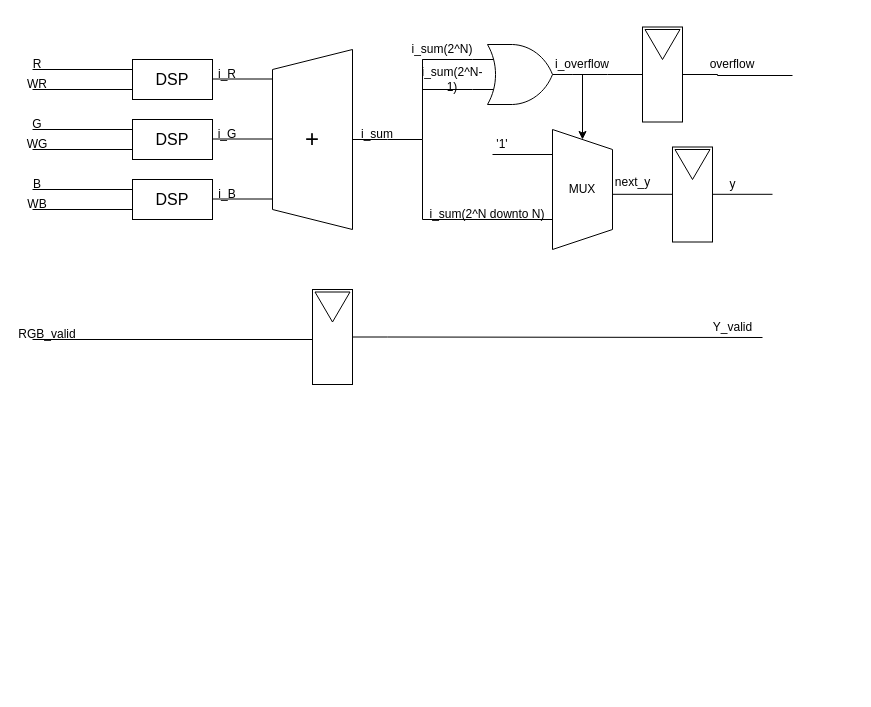
The draw.io diagram Oblig9/IN3160-oblig9-datapath.drawio in jrundht/IN3160, before the edit. Source tidied: cells renumbered, new cells numbered last; positions are measured from the earlier drawing's top-left corner, leaving out a move shared by most shapes. Both pictures are drawn from the tidied source at 100%, with x=0, y=0 at pixel (32, 17).
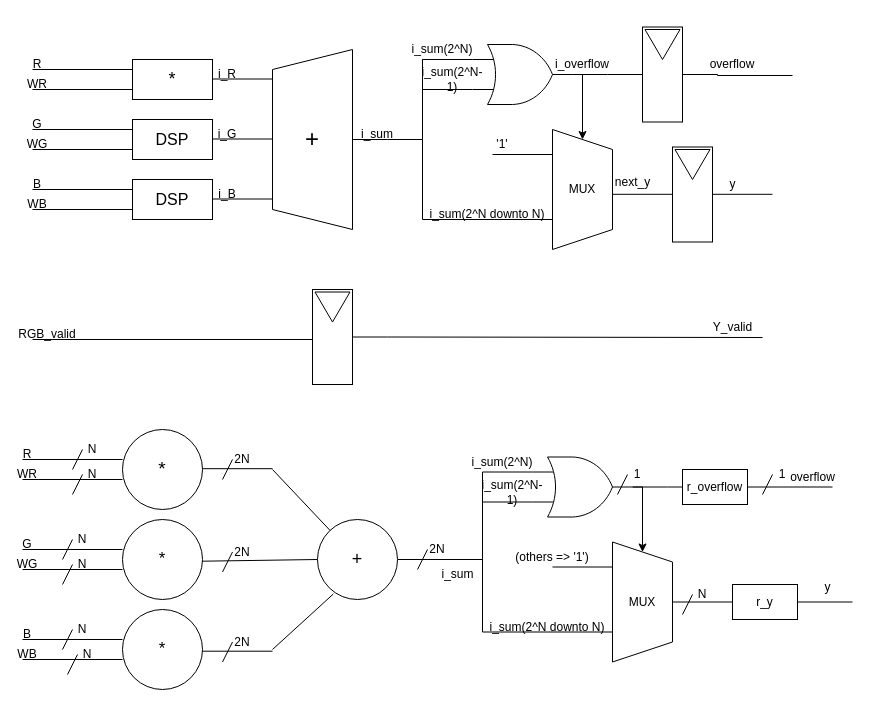
The same page after the edit.

What changed in the source:
```diff
@@
-    <mxCell id="4" value="&lt;font style=&quot;font-size: 16px;&quot;&gt;DSP&lt;/font&gt;" style="rounded=0;whiteSpace=wrap;html=1;" parent="1" vertex="1">
+    <mxCell id="4" value="&lt;font style=&quot;font-size: 18px;&quot;&gt;*&lt;/font&gt;" style="rounded=0;whiteSpace=wrap;html=1;" parent="1" vertex="1">
       <mxGeometry x="100" y="42" width="80" height="40" as="geometry" />
     </mxCell>
@@
+    <mxCell id="63" style="endArrow=none;html=1;rounded=0;" parent="1" edge="1">
+      <mxGeometry relative="1" as="geometry">
+        <mxPoint x="-10" y="442" as="sourcePoint" />
+        <mxPoint x="90" y="442" as="targetPoint" />
+      </mxGeometry>
+    </mxCell>
+    <mxCell id="64" style="endArrow=none;html=1;rounded=0;" parent="1" edge="1">
+      <mxGeometry relative="1" as="geometry">
+        <mxPoint x="-10" y="462" as="sourcePoint" />
+        <mxPoint x="90" y="462" as="targetPoint" />
+      </mxGeometry>
+    </mxCell>
+    <mxCell id="65" style="endArrow=none;html=1;rounded=0;" parent="1" edge="1">
+      <mxGeometry relative="1" as="geometry">
+        <mxPoint x="-10" y="532" as="sourcePoint" />
+        <mxPoint x="90" y="532" as="targetPoint" />
+      </mxGeometry>
+    </mxCell>
+    <mxCell id="66" style="endArrow=none;html=1;rounded=0;" parent="1" edge="1">
+      <mxGeometry relative="1" as="geometry">
+        <mxPoint x="-10" y="552" as="sourcePoint" />
+        <mxPoint x="90" y="552" as="targetPoint" />
+      </mxGeometry>
+    </mxCell>
+    <mxCell id="67" style="endArrow=none;html=1;rounded=0;" parent="1" edge="1">
+      <mxGeometry relative="1" as="geometry">
+        <mxPoint x="-10" y="622" as="sourcePoint" />
+        <mxPoint x="90" y="622" as="targetPoint" />
+      </mxGeometry>
+    </mxCell>
+    <mxCell id="68" style="endArrow=none;html=1;rounded=0;" parent="1" edge="1">
+      <mxGeometry relative="1" as="geometry">
+        <mxPoint x="-10" y="642" as="sourcePoint" />
+        <mxPoint x="90" y="642" as="targetPoint" />
+      </mxGeometry>
+    </mxCell>
+    <mxCell id="69" value="R" style="text;html=1;align=center;verticalAlign=middle;whiteSpace=wrap;rounded=0;" parent="1" vertex="1">
+      <mxGeometry x="-10" y="432" width="10" height="10" as="geometry" />
+    </mxCell>
+    <mxCell id="70" value="G" style="text;html=1;align=center;verticalAlign=middle;whiteSpace=wrap;rounded=0;" parent="1" vertex="1">
+      <mxGeometry x="-10" y="522" width="10" height="10" as="geometry" />
+    </mxCell>
+    <mxCell id="71" value="WR" style="text;html=1;align=center;verticalAlign=middle;whiteSpace=wrap;rounded=0;" parent="1" vertex="1">
+      <mxGeometry x="-10" y="452" width="10" height="10" as="geometry" />
+    </mxCell>
+    <mxCell id="72" value="WG" style="text;html=1;align=center;verticalAlign=middle;whiteSpace=wrap;rounded=0;" parent="1" vertex="1">
+      <mxGeometry x="-10" y="542" width="10" height="10" as="geometry" />
+    </mxCell>
+    <mxCell id="73" value="&lt;div&gt;B&lt;/div&gt;" style="text;html=1;align=center;verticalAlign=middle;whiteSpace=wrap;rounded=0;" parent="1" vertex="1">
+      <mxGeometry x="-10" y="612" width="10" height="10" as="geometry" />
+    </mxCell>
+    <mxCell id="74" value="WB" style="text;html=1;align=center;verticalAlign=middle;whiteSpace=wrap;rounded=0;" parent="1" vertex="1">
+      <mxGeometry x="-10" y="632" width="10" height="10" as="geometry" />
+    </mxCell>
+    <mxCell id="75" value="&lt;font style=&quot;font-size: 19px;&quot;&gt;*&lt;/font&gt;" style="ellipse;whiteSpace=wrap;html=1;" parent="1" vertex="1">
+      <mxGeometry x="90" y="412" width="80" height="80" as="geometry" />
+    </mxCell>
+    <mxCell id="76" value="&lt;font style=&quot;font-size: 17px;&quot;&gt;*&lt;/font&gt;" style="ellipse;whiteSpace=wrap;html=1;" parent="1" vertex="1">
+      <mxGeometry x="90" y="502" width="80" height="80" as="geometry" />
+    </mxCell>
+    <mxCell id="77" value="&lt;font style=&quot;font-size: 17px;&quot;&gt;*&lt;/font&gt;" style="ellipse;whiteSpace=wrap;html=1;" parent="1" vertex="1">
+      <mxGeometry x="90" y="592" width="80" height="80" as="geometry" />
+    </mxCell>
+    <mxCell id="78" style="endArrow=none;html=1;rounded=0;" parent="1" edge="1">
+      <mxGeometry relative="1" as="geometry">
+        <mxPoint x="40" y="452" as="sourcePoint" />
+        <mxPoint x="50" y="432" as="targetPoint" />
+      </mxGeometry>
+    </mxCell>
+    <mxCell id="79" value="N" style="text;html=1;align=center;verticalAlign=middle;whiteSpace=wrap;rounded=0;" parent="1" vertex="1">
+      <mxGeometry x="50" y="427" width="20" height="10" as="geometry" />
+    </mxCell>
+    <mxCell id="80" style="endArrow=none;html=1;rounded=0;" parent="1" edge="1">
+      <mxGeometry relative="1" as="geometry">
+        <mxPoint x="40" y="477" as="sourcePoint" />
+        <mxPoint x="50" y="457" as="targetPoint" />
+      </mxGeometry>
+    </mxCell>
+    <mxCell id="81" value="N" style="text;html=1;align=center;verticalAlign=middle;whiteSpace=wrap;rounded=0;" parent="1" vertex="1">
+      <mxGeometry x="50" y="452" width="20" height="10" as="geometry" />
+    </mxCell>
+    <mxCell id="82" style="endArrow=none;html=1;rounded=0;" parent="1" edge="1">
+      <mxGeometry relative="1" as="geometry">
+        <mxPoint x="30" y="542" as="sourcePoint" />
+        <mxPoint x="40" y="522" as="targetPoint" />
+      </mxGeometry>
+    </mxCell>
+    <mxCell id="83" value="N" style="text;html=1;align=center;verticalAlign=middle;whiteSpace=wrap;rounded=0;" parent="1" vertex="1">
+      <mxGeometry x="40" y="517" width="20" height="10" as="geometry" />
+    </mxCell>
+    <mxCell id="84" style="endArrow=none;html=1;rounded=0;" parent="1" edge="1">
+      <mxGeometry relative="1" as="geometry">
+        <mxPoint x="30" y="567" as="sourcePoint" />
+        <mxPoint x="40" y="547" as="targetPoint" />
+      </mxGeometry>
+    </mxCell>
+    <mxCell id="85" value="N" style="text;html=1;align=center;verticalAlign=middle;whiteSpace=wrap;rounded=0;" parent="1" vertex="1">
+      <mxGeometry x="40" y="542" width="20" height="10" as="geometry" />
+    </mxCell>
+    <mxCell id="86" style="endArrow=none;html=1;rounded=0;" parent="1" edge="1">
+      <mxGeometry relative="1" as="geometry">
+        <mxPoint x="30" y="632" as="sourcePoint" />
+        <mxPoint x="40" y="612" as="targetPoint" />
+      </mxGeometry>
+    </mxCell>
+    <mxCell id="87" value="N" style="text;html=1;align=center;verticalAlign=middle;whiteSpace=wrap;rounded=0;" parent="1" vertex="1">
+      <mxGeometry x="40" y="607" width="20" height="10" as="geometry" />
+    </mxCell>
+    <mxCell id="88" style="endArrow=none;html=1;rounded=0;" parent="1" edge="1">
+      <mxGeometry relative="1" as="geometry">
+        <mxPoint x="35" y="657" as="sourcePoint" />
+        <mxPoint x="45" y="637" as="targetPoint" />
+      </mxGeometry>
+    </mxCell>
+    <mxCell id="89" value="N" style="text;html=1;align=center;verticalAlign=middle;whiteSpace=wrap;rounded=0;" parent="1" vertex="1">
+      <mxGeometry x="45" y="632" width="20" height="10" as="geometry" />
+    </mxCell>
+    <mxCell id="90" style="endArrow=none;html=1;rounded=0;" parent="1" edge="1">
+      <mxGeometry relative="1" as="geometry">
+        <mxPoint x="170" y="451.2" as="sourcePoint" />
+        <mxPoint x="240" y="451.2" as="targetPoint" />
+      </mxGeometry>
+    </mxCell>
+    <mxCell id="91" style="endArrow=none;html=1;rounded=0;" parent="1" edge="1">
+      <mxGeometry relative="1" as="geometry">
+        <mxPoint x="190" y="462" as="sourcePoint" />
+        <mxPoint x="200" y="442" as="targetPoint" />
+      </mxGeometry>
+    </mxCell>
+    <mxCell id="92" value="2N" style="text;html=1;align=center;verticalAlign=middle;whiteSpace=wrap;rounded=0;" parent="1" vertex="1">
+      <mxGeometry x="200" y="437" width="20" height="10" as="geometry" />
+    </mxCell>
+    <mxCell id="93" style="endArrow=none;html=1;rounded=0;entryX=0;entryY=0.5;entryDx=0;entryDy=0;" parent="1" edge="1" target="100">
+      <mxGeometry relative="1" as="geometry">
+        <mxPoint x="170" y="543.7" as="sourcePoint" />
+      </mxGeometry>
+    </mxCell>
+    <mxCell id="94" style="endArrow=none;html=1;rounded=0;" parent="1" edge="1">
+      <mxGeometry relative="1" as="geometry">
+        <mxPoint x="190" y="554.5" as="sourcePoint" />
+        <mxPoint x="200" y="534.5" as="targetPoint" />
+      </mxGeometry>
+    </mxCell>
+    <mxCell id="95" value="2N" style="text;html=1;align=center;verticalAlign=middle;whiteSpace=wrap;rounded=0;" parent="1" vertex="1">
+      <mxGeometry x="200" y="529.5" width="20" height="10" as="geometry" />
+    </mxCell>
+    <mxCell id="96" style="endArrow=none;html=1;rounded=0;" parent="1" edge="1">
+      <mxGeometry relative="1" as="geometry">
+        <mxPoint x="170" y="633.7" as="sourcePoint" />
+        <mxPoint x="240" y="633.7" as="targetPoint" />
+      </mxGeometry>
+    </mxCell>
+    <mxCell id="97" style="endArrow=none;html=1;rounded=0;" parent="1" edge="1">
+      <mxGeometry relative="1" as="geometry">
+        <mxPoint x="190" y="644.5" as="sourcePoint" />
+        <mxPoint x="200" y="624.5" as="targetPoint" />
+      </mxGeometry>
+    </mxCell>
+    <mxCell id="98" value="2N" style="text;html=1;align=center;verticalAlign=middle;whiteSpace=wrap;rounded=0;" parent="1" vertex="1">
+      <mxGeometry x="200" y="619.5" width="20" height="10" as="geometry" />
+    </mxCell>
+    <mxCell id="99" style="edgeStyle=orthogonalEdgeStyle;rounded=0;jettySize=auto;html=1;endArrow=none;endFill=0;" parent="1" edge="1" source="100">
+      <mxGeometry relative="1" as="geometry">
+        <mxPoint x="450" y="542" as="targetPoint" />
+      </mxGeometry>
+    </mxCell>
+    <mxCell id="100" value="&lt;font style=&quot;font-size: 18px;&quot;&gt;+&lt;/font&gt;" style="ellipse;whiteSpace=wrap;html=1;" parent="1" vertex="1">
+      <mxGeometry x="285" y="502" width="80" height="80" as="geometry" />
+    </mxCell>
+    <mxCell id="101" style="endArrow=none;html=1;rounded=0;" parent="1" edge="1" source="100">
+      <mxGeometry relative="1" as="geometry">
+        <mxPoint x="240" y="452" as="targetPoint" />
+      </mxGeometry>
+    </mxCell>
+    <mxCell id="102" style="endArrow=none;html=1;rounded=0;entryX=0.198;entryY=0.931;entryDx=0;entryDy=0;entryPerimeter=0;" parent="1" edge="1" target="100">
+      <mxGeometry relative="1" as="geometry">
+        <mxPoint x="240" y="632" as="sourcePoint" />
+      </mxGeometry>
+    </mxCell>
+    <mxCell id="103" style="endArrow=none;html=1;rounded=0;" parent="1" edge="1">
+      <mxGeometry relative="1" as="geometry">
+        <mxPoint x="385" y="552" as="sourcePoint" />
+        <mxPoint x="395" y="532" as="targetPoint" />
+      </mxGeometry>
+    </mxCell>
+    <mxCell id="104" value="2N" style="text;html=1;align=center;verticalAlign=middle;whiteSpace=wrap;rounded=0;" parent="1" vertex="1">
+      <mxGeometry x="395" y="527" width="20" height="10" as="geometry" />
+    </mxCell>
+    <mxCell id="105" style="edgeStyle=orthogonalEdgeStyle;rounded=0;jettySize=auto;html=1;exitX=0;exitY=0.25;exitDx=0;exitDy=0;exitPerimeter=0;endArrow=none;endFill=0;" parent="1" edge="1" source="109">
+      <mxGeometry relative="1" as="geometry">
+        <mxPoint x="450" y="459.5" as="targetPoint" />
+        <Array as="points">
+          <mxPoint x="450" y="454.5" />
+        </Array>
+      </mxGeometry>
+    </mxCell>
+    <mxCell id="106" style="edgeStyle=orthogonalEdgeStyle;rounded=0;jettySize=auto;html=1;exitX=0;exitY=0.75;exitDx=0;exitDy=0;exitPerimeter=0;endArrow=none;endFill=0;" parent="1" edge="1" source="109">
+      <mxGeometry relative="1" as="geometry">
+        <mxPoint x="450" y="484.5" as="targetPoint" />
+      </mxGeometry>
+    </mxCell>
+    <mxCell id="107" style="edgeStyle=orthogonalEdgeStyle;rounded=0;jettySize=auto;html=1;entryX=0;entryY=0.5;entryDx=0;entryDy=0;exitX=1;exitY=0.5;exitDx=0;exitDy=0;exitPerimeter=0;" parent="1" edge="1" source="109" target="115">
+      <mxGeometry relative="1" as="geometry">
+        <Array as="points">
+          <mxPoint x="610" y="469.5" />
+        </Array>
+      </mxGeometry>
+    </mxCell>
+    <mxCell id="108" style="edgeStyle=orthogonalEdgeStyle;rounded=0;jettySize=auto;html=1;endArrow=none;endFill=0;" parent="1" edge="1" source="109">
+      <mxGeometry relative="1" as="geometry">
+        <mxPoint x="670" y="469.5" as="targetPoint" />
+      </mxGeometry>
+    </mxCell>
+    <mxCell id="109" style="verticalLabelPosition=bottom;shadow=0;dashed=0;align=center;html=1;verticalAlign=top;shape=mxgraph.electrical.logic_gates.logic_gate;operation=or;" parent="1" vertex="1">
+      <mxGeometry x="500" y="439.5" width="100" height="60" as="geometry" />
+    </mxCell>
+    <mxCell id="110" style="endArrow=none;html=1;rounded=0;" parent="1" edge="1">
+      <mxGeometry relative="1" as="geometry">
+        <mxPoint x="450" y="534.5" as="sourcePoint" />
+        <mxPoint x="450" y="454.5" as="targetPoint" />
+      </mxGeometry>
+    </mxCell>
+    <mxCell id="111" value="&lt;div&gt;i_sum(2^N)&lt;/div&gt;" style="text;html=1;align=center;verticalAlign=middle;whiteSpace=wrap;rounded=0;" parent="1" vertex="1">
+      <mxGeometry x="465" y="439.5" width="10" height="10" as="geometry" />
+    </mxCell>
+    <mxCell id="112" value="&lt;div&gt;i_sum(2^N-1)&lt;/div&gt;" style="text;html=1;align=center;verticalAlign=middle;whiteSpace=wrap;rounded=0;" parent="1" vertex="1">
+      <mxGeometry x="475" y="469.5" width="10" height="10" as="geometry" />
+    </mxCell>
+    <mxCell id="113" style="endArrow=none;html=1;rounded=0;" parent="1" edge="1">
+      <mxGeometry relative="1" as="geometry">
+        <mxPoint x="450" y="614.5" as="sourcePoint" />
+        <mxPoint x="450" y="534.5" as="targetPoint" />
+      </mxGeometry>
+    </mxCell>
+    <mxCell id="114" style="group;" parent="1" vertex="1">
+      <mxGeometry x="580" y="524.5" width="60" height="120" as="geometry" />
+    </mxCell>
+    <mxCell id="115" style="shape=trapezoid;perimeter=trapezoidPerimeter;whiteSpace=wrap;html=1;fixedSize=1;rotation=90;" parent="114" vertex="1">
+      <mxGeometry x="-30" y="30" width="120" height="60" as="geometry" />
+    </mxCell>
+    <mxCell id="116" style="edgeStyle=orthogonalEdgeStyle;rounded=0;jettySize=auto;html=1;endArrow=none;endFill=0;" parent="114" edge="1" source="117">
+      <mxGeometry relative="1" as="geometry">
+        <mxPoint x="240" y="60" as="targetPoint" />
+      </mxGeometry>
+    </mxCell>
+    <mxCell id="117" value="MUX" style="text;html=1;align=center;verticalAlign=middle;whiteSpace=wrap;rounded=0;" parent="114" vertex="1">
+      <mxGeometry y="45" width="60" height="30" as="geometry" />
+    </mxCell>
+    <mxCell id="118" style="endArrow=none;html=1;rounded=0;" parent="1" edge="1">
+      <mxGeometry relative="1" as="geometry">
+        <mxPoint x="450" y="614.5" as="sourcePoint" />
+        <mxPoint x="580" y="614.5" as="targetPoint" />
+      </mxGeometry>
+    </mxCell>
+    <mxCell id="119" value="&lt;div&gt;i_sum(2^N downto N)&lt;/div&gt;" style="text;html=1;align=center;verticalAlign=middle;whiteSpace=wrap;rounded=0;" parent="1" vertex="1">
+      <mxGeometry x="450" y="604.5" width="130" height="10" as="geometry" />
+    </mxCell>
+    <mxCell id="120" value="(others =&amp;gt; '1')" style="text;html=1;align=center;verticalAlign=middle;whiteSpace=wrap;rounded=0;" parent="1" vertex="1">
+      <mxGeometry x="480" y="524.5" width="80" height="30" as="geometry" />
+    </mxCell>
+    <mxCell id="121" style="endArrow=none;html=1;rounded=0;" parent="1" edge="1">
+      <mxGeometry relative="1" as="geometry">
+        <mxPoint x="520" y="549.5" as="sourcePoint" />
+        <mxPoint x="580" y="549.5" as="targetPoint" />
+      </mxGeometry>
+    </mxCell>
+    <mxCell id="122" style="edgeStyle=orthogonalEdgeStyle;rounded=0;jettySize=auto;html=1;endArrow=none;endFill=0;" parent="1" edge="1" source="123">
+      <mxGeometry relative="1" as="geometry">
+        <mxPoint x="800" y="469.5" as="targetPoint" />
+      </mxGeometry>
+    </mxCell>
+    <mxCell id="123" value="r_overflow" style="rounded=0;whiteSpace=wrap;html=1;" parent="1" vertex="1">
+      <mxGeometry x="650" y="452" width="65" height="35" as="geometry" />
+    </mxCell>
+    <mxCell id="124" style="endArrow=none;html=1;rounded=0;" parent="1" edge="1">
+      <mxGeometry relative="1" as="geometry">
+        <mxPoint x="585" y="477" as="sourcePoint" />
+        <mxPoint x="595" y="457" as="targetPoint" />
+      </mxGeometry>
+    </mxCell>
+    <mxCell id="125" value="1" style="text;html=1;align=center;verticalAlign=middle;whiteSpace=wrap;rounded=0;" parent="1" vertex="1">
+      <mxGeometry x="595" y="452" width="20" height="10" as="geometry" />
+    </mxCell>
+    <mxCell id="126" style="endArrow=none;html=1;rounded=0;" parent="1" edge="1">
+      <mxGeometry relative="1" as="geometry">
+        <mxPoint x="730" y="477" as="sourcePoint" />
+        <mxPoint x="740" y="457" as="targetPoint" />
+      </mxGeometry>
+    </mxCell>
+    <mxCell id="127" value="1" style="text;html=1;align=center;verticalAlign=middle;whiteSpace=wrap;rounded=0;" parent="1" vertex="1">
+      <mxGeometry x="740" y="452" width="20" height="10" as="geometry" />
+    </mxCell>
+    <mxCell id="128" value="overflow" style="text;html=1;align=center;verticalAlign=middle;strokeColor=none;fillColor=none;" parent="1" vertex="1">
+      <mxGeometry x="745" y="445" width="70" height="30" as="geometry" />
+    </mxCell>
+    <mxCell id="129" value="r_y" style="rounded=0;whiteSpace=wrap;html=1;" parent="1" vertex="1">
+      <mxGeometry x="700" y="567" width="65" height="35" as="geometry" />
+    </mxCell>
+    <mxCell id="130" style="endArrow=none;html=1;rounded=0;" parent="1" edge="1">
+      <mxGeometry relative="1" as="geometry">
+        <mxPoint x="650" y="597" as="sourcePoint" />
+        <mxPoint x="660" y="577" as="targetPoint" />
+      </mxGeometry>
+    </mxCell>
+    <mxCell id="131" value="N" style="text;html=1;align=center;verticalAlign=middle;whiteSpace=wrap;rounded=0;" parent="1" vertex="1">
+      <mxGeometry x="660" y="572" width="20" height="10" as="geometry" />
+    </mxCell>
+    <mxCell id="132" value="i_sum" style="text;html=1;align=center;verticalAlign=middle;strokeColor=none;fillColor=none;" parent="1" vertex="1">
+      <mxGeometry x="395" y="542" width="60" height="30" as="geometry" />
+    </mxCell>
+    <mxCell id="133" value="y" style="text;html=1;align=center;verticalAlign=middle;strokeColor=none;fillColor=none;" parent="1" vertex="1">
+      <mxGeometry x="780" y="554.5" width="30" height="30" as="geometry" />
+    </mxCell>
```
